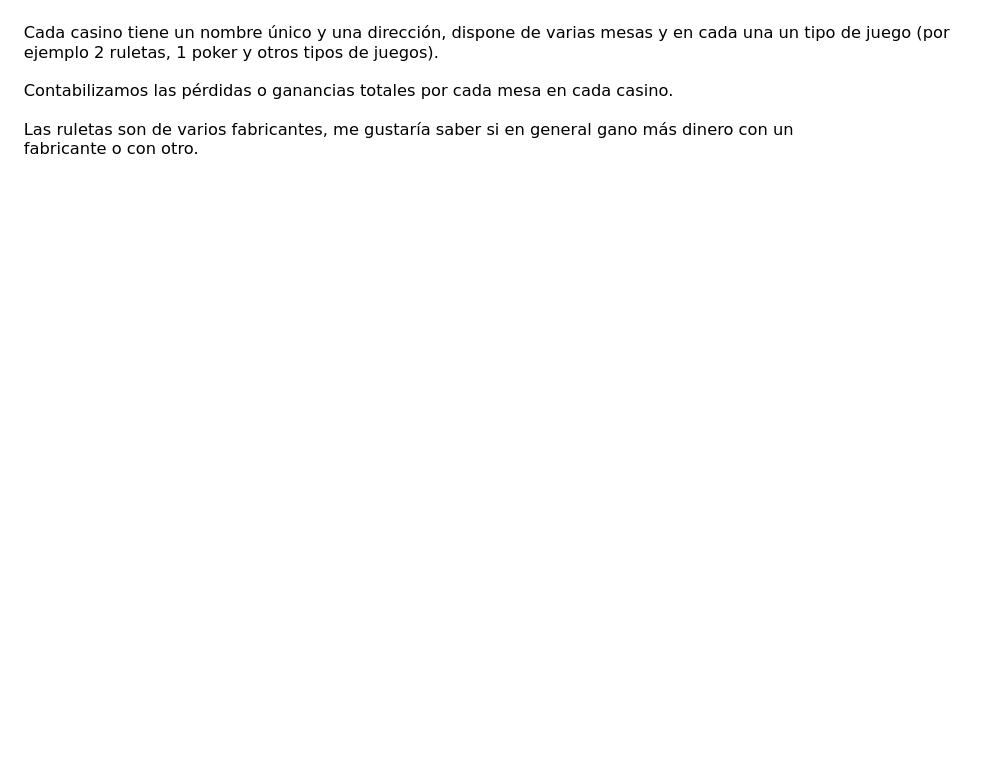
Above: drawio/Casino-ExamenDAW.drawio in DiEgOfercri/Modelos-BBDD (draw.io), before the change. Source tidied: cells renumbered, new cells numbered last; positions are measured from the earlier drawing's top-left corner, leaving out a move shared by most shapes. Both pictures are drawn from the tidied source at 125%, with x=0, y=0 at pixel (21, 21).
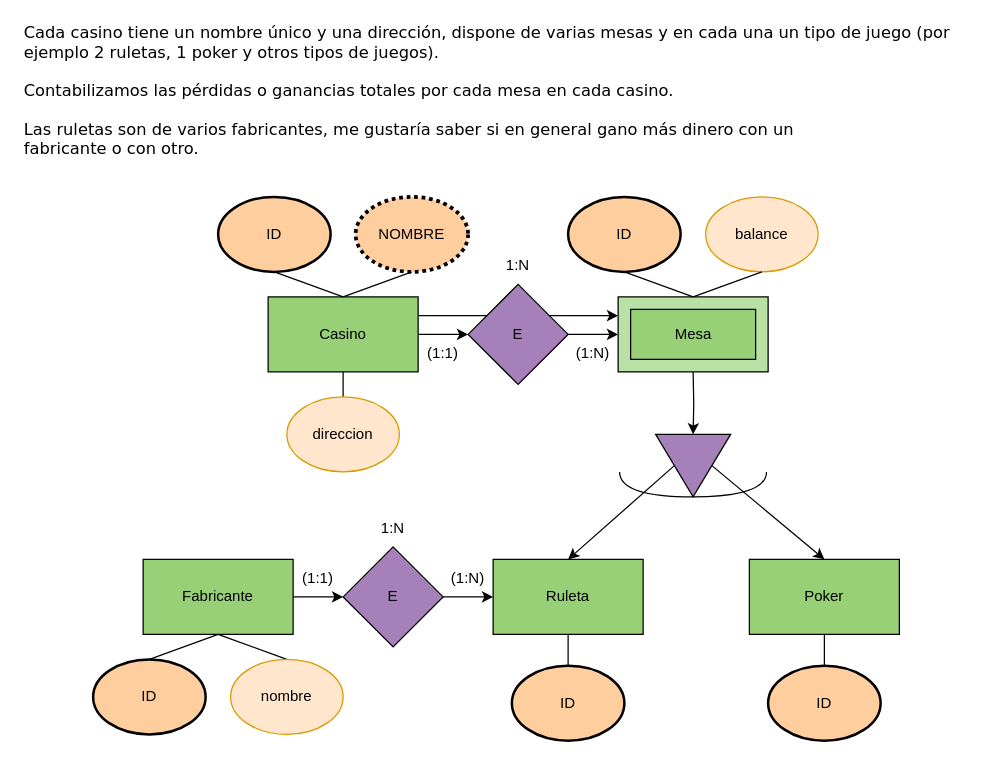
The same diagram, later.

Diff of the diagram source:
```diff
@@
+    <mxCell id="3" style="edgeStyle=orthogonalEdgeStyle;rounded=0;jettySize=auto;html=1;exitX=1;exitY=0.25;exitDx=0;exitDy=0;entryX=0;entryY=0;entryDx=0;entryDy=15;entryPerimeter=0;" parent="1" edge="1" source="5" target="23">
+      <mxGeometry relative="1" as="geometry" />
+    </mxCell>
@@
+    <mxCell id="4" style="edgeStyle=orthogonalEdgeStyle;rounded=0;jettySize=auto;html=1;exitX=1;exitY=0.5;exitDx=0;exitDy=0;entryX=0;entryY=0.5;entryDx=0;entryDy=0;" parent="1" edge="1" source="5" target="20">
+      <mxGeometry relative="1" as="geometry" />
+    </mxCell>
+    <mxCell id="5" value="Casino" style="rounded=0;whiteSpace=wrap;html=1;fillColor=#97D077;" parent="1" vertex="1">
+      <mxGeometry x="197" y="220" width="120" height="60" as="geometry" />
+    </mxCell>
+    <mxCell id="6" style="edgeStyle=orthogonalEdgeStyle;rounded=0;jettySize=auto;html=1;exitX=0.5;exitY=1;exitDx=0;exitDy=0;entryX=0;entryY=0.5;entryDx=0;entryDy=0;" parent="1" edge="1" target="18">
+      <mxGeometry relative="1" as="geometry">
+        <mxPoint x="537" y="280" as="sourcePoint" />
+      </mxGeometry>
+    </mxCell>
+    <mxCell id="7" style="rounded=0;jettySize=auto;html=1;exitX=0.5;exitY=1;exitDx=0;exitDy=0;entryX=0.5;entryY=0;entryDx=0;entryDy=0;endArrow=none;endFill=0;" parent="1" edge="1" source="8" target="5">
+      <mxGeometry relative="1" as="geometry" />
+    </mxCell>
+    <mxCell id="8" value="ID" style="ellipse;whiteSpace=wrap;html=1;strokeWidth=2;fillColor=#FFCE9F;" parent="1" vertex="1">
+      <mxGeometry x="157" y="140" width="90" height="60" as="geometry" />
+    </mxCell>
+    <mxCell id="9" style="rounded=0;jettySize=auto;html=1;exitX=0.5;exitY=1;exitDx=0;exitDy=0;entryX=0.5;entryY=0;entryDx=0;entryDy=0;endArrow=none;endFill=0;" parent="1" edge="1" source="10" target="5">
+      <mxGeometry relative="1" as="geometry" />
+    </mxCell>
+    <mxCell id="10" value="NOMBRE" style="ellipse;whiteSpace=wrap;html=1;strokeWidth=3;fillColor=#FFCE9F;dashed=1;dashPattern=1 1;" parent="1" vertex="1">
+      <mxGeometry x="267" y="140" width="90" height="60" as="geometry" />
+    </mxCell>
+    <mxCell id="11" value="balance" style="ellipse;whiteSpace=wrap;html=1;strokeWidth=1;fillColor=#ffe6cc;strokeColor=#d79b00;" parent="1" vertex="1">
+      <mxGeometry x="547" y="140" width="90" height="60" as="geometry" />
+    </mxCell>
+    <mxCell id="12" value="Ruleta" style="rounded=0;whiteSpace=wrap;html=1;fillColor=#97D077;" parent="1" vertex="1">
+      <mxGeometry x="377" y="430" width="120" height="60" as="geometry" />
+    </mxCell>
+    <mxCell id="13" style="edgeStyle=orthogonalEdgeStyle;rounded=0;jettySize=auto;html=1;exitX=0.5;exitY=0;exitDx=0;exitDy=0;entryX=0.5;entryY=1;entryDx=0;entryDy=0;endArrow=none;endFill=0;" parent="1" edge="1" source="14" target="5">
+      <mxGeometry relative="1" as="geometry" />
+    </mxCell>
+    <mxCell id="14" value="direccion" style="ellipse;whiteSpace=wrap;html=1;strokeWidth=1;fillColor=#ffe6cc;strokeColor=#d79b00;" parent="1" vertex="1">
+      <mxGeometry x="212" y="300" width="90" height="60" as="geometry" />
+    </mxCell>
+    <mxCell id="15" value="Poker" style="rounded=0;whiteSpace=wrap;html=1;fillColor=#97D077;" parent="1" vertex="1">
+      <mxGeometry x="582" y="430" width="120" height="60" as="geometry" />
+    </mxCell>
+    <mxCell id="16" style="rounded=0;jettySize=auto;html=1;exitX=0.5;exitY=0;exitDx=0;exitDy=0;entryX=0.5;entryY=0;entryDx=0;entryDy=0;endArrow=classic;endFill=1;" parent="1" edge="1" source="18" target="15">
+      <mxGeometry relative="1" as="geometry" />
+    </mxCell>
+    <mxCell id="17" style="rounded=0;jettySize=auto;html=1;exitX=0.5;exitY=1;exitDx=0;exitDy=0;entryX=0.5;entryY=0;entryDx=0;entryDy=0;endArrow=classic;endFill=1;" parent="1" edge="1" source="18" target="12">
+      <mxGeometry relative="1" as="geometry" />
+    </mxCell>
+    <mxCell id="18" style="triangle;whiteSpace=wrap;html=1;direction=south;fillColor=#A680B8;" parent="1" vertex="1">
+      <mxGeometry x="507" y="330" width="60" height="50" as="geometry" />
+    </mxCell>
+    <mxCell id="19" style="shape=requiredInterface;html=1;verticalLabelPosition=bottom;sketch=0;direction=south;" parent="1" vertex="1">
+      <mxGeometry x="478.2" y="360" width="117.5" height="20" as="geometry" />
+    </mxCell>
+    <mxCell id="20" value="E" style="rhombus;whiteSpace=wrap;html=1;fillColor=#A680B8;" parent="1" vertex="1">
+      <mxGeometry x="357" y="210" width="80" height="80" as="geometry" />
+    </mxCell>
+    <mxCell id="21" style="edgeStyle=orthogonalEdgeStyle;rounded=0;jettySize=auto;html=1;exitX=1;exitY=0.5;exitDx=0;exitDy=0;entryX=0;entryY=0.5;entryDx=0;entryDy=0;entryPerimeter=0;" parent="1" edge="1" source="20" target="23">
+      <mxGeometry relative="1" as="geometry" />
+    </mxCell>
+    <mxCell id="22" style="group;fillColor=#97D077;" parent="1" vertex="1">
+      <mxGeometry x="477" y="220" width="120" height="60" as="geometry" />
+    </mxCell>
+    <mxCell id="23" style="verticalLabelPosition=bottom;verticalAlign=top;html=1;shape=mxgraph.basic.frame;dx=10;whiteSpace=wrap;fillColor=#B9E0A5;" parent="22" vertex="1">
+      <mxGeometry width="120" height="60" as="geometry" />
+    </mxCell>
+    <mxCell id="24" value="Mesa" style="text;html=1;align=center;verticalAlign=middle;strokeColor=none;fillColor=none;" parent="22" vertex="1">
+      <mxGeometry x="35" y="15" width="50" height="30" as="geometry" />
+    </mxCell>
+    <mxCell id="25" style="edgeStyle=orthogonalEdgeStyle;rounded=0;jettySize=auto;html=1;exitX=1;exitY=0.5;exitDx=0;exitDy=0;entryX=0;entryY=0.5;entryDx=0;entryDy=0;" parent="1" edge="1" source="26" target="12">
+      <mxGeometry relative="1" as="geometry" />
+    </mxCell>
+    <mxCell id="26" value="E" style="rhombus;whiteSpace=wrap;html=1;fillColor=#A680B8;" parent="1" vertex="1">
+      <mxGeometry x="257" y="420" width="80" height="80" as="geometry" />
+    </mxCell>
+    <mxCell id="27" style="edgeStyle=orthogonalEdgeStyle;rounded=0;jettySize=auto;html=1;exitX=1;exitY=0.5;exitDx=0;exitDy=0;entryX=0;entryY=0.5;entryDx=0;entryDy=0;" parent="1" edge="1" source="28" target="26">
+      <mxGeometry relative="1" as="geometry" />
+    </mxCell>
+    <mxCell id="28" value="Fabricante" style="rounded=0;whiteSpace=wrap;html=1;fillColor=#97D077;" parent="1" vertex="1">
+      <mxGeometry x="97" y="430" width="120" height="60" as="geometry" />
+    </mxCell>
+    <mxCell id="29" value="ID" style="ellipse;whiteSpace=wrap;html=1;strokeWidth=2;fillColor=#FFCE9F;" parent="1" vertex="1">
+      <mxGeometry x="437" y="140" width="90" height="60" as="geometry" />
+    </mxCell>
+    <mxCell id="30" style="edgeStyle=orthogonalEdgeStyle;rounded=0;jettySize=auto;html=1;exitX=0.5;exitY=0;exitDx=0;exitDy=0;entryX=0.5;entryY=1;entryDx=0;entryDy=0;endArrow=none;endFill=0;" parent="1" edge="1" source="31" target="12">
+      <mxGeometry relative="1" as="geometry" />
+    </mxCell>
+    <mxCell id="31" value="ID" style="ellipse;whiteSpace=wrap;html=1;strokeWidth=2;fillColor=#FFCE9F;" parent="1" vertex="1">
+      <mxGeometry x="392" y="515" width="90" height="60" as="geometry" />
+    </mxCell>
+    <mxCell id="32" style="edgeStyle=orthogonalEdgeStyle;rounded=0;jettySize=auto;html=1;exitX=0.5;exitY=0;exitDx=0;exitDy=0;entryX=0.5;entryY=1;entryDx=0;entryDy=0;endArrow=none;endFill=0;" parent="1" edge="1" source="33" target="15">
+      <mxGeometry relative="1" as="geometry" />
+    </mxCell>
+    <mxCell id="33" value="ID" style="ellipse;whiteSpace=wrap;html=1;strokeWidth=2;fillColor=#FFCE9F;" parent="1" vertex="1">
+      <mxGeometry x="597" y="515" width="90" height="60" as="geometry" />
+    </mxCell>
+    <mxCell id="34" style="rounded=0;jettySize=auto;html=1;exitX=0.5;exitY=0;exitDx=0;exitDy=0;entryX=0.5;entryY=1;entryDx=0;entryDy=0;endArrow=none;endFill=0;" parent="1" edge="1" source="35" target="28">
+      <mxGeometry relative="1" as="geometry" />
+    </mxCell>
+    <mxCell id="35" value="nombre" style="ellipse;whiteSpace=wrap;html=1;strokeWidth=1;fillColor=#ffe6cc;strokeColor=#d79b00;" parent="1" vertex="1">
+      <mxGeometry x="167" y="510" width="90" height="60" as="geometry" />
+    </mxCell>
+    <mxCell id="36" style="rounded=0;jettySize=auto;html=1;exitX=0.5;exitY=0;exitDx=0;exitDy=0;entryX=0.5;entryY=1;entryDx=0;entryDy=0;endArrow=none;endFill=0;" parent="1" edge="1" source="37" target="28">
+      <mxGeometry relative="1" as="geometry" />
+    </mxCell>
+    <mxCell id="37" value="ID" style="ellipse;whiteSpace=wrap;html=1;strokeWidth=2;fillColor=#FFCE9F;" parent="1" vertex="1">
+      <mxGeometry x="57" y="510" width="90" height="60" as="geometry" />
+    </mxCell>
+    <mxCell id="38" style="rounded=0;jettySize=auto;html=1;exitX=0.5;exitY=0;exitDx=0;exitDy=0;exitPerimeter=0;entryX=0.5;entryY=1;entryDx=0;entryDy=0;endArrow=none;endFill=0;" parent="1" edge="1" source="23" target="11">
+      <mxGeometry relative="1" as="geometry" />
+    </mxCell>
+    <mxCell id="39" style="rounded=0;jettySize=auto;html=1;exitX=0.5;exitY=1;exitDx=0;exitDy=0;entryX=0.5;entryY=0;entryDx=0;entryDy=0;entryPerimeter=0;endArrow=none;endFill=0;" parent="1" edge="1" source="29" target="23">
+      <mxGeometry relative="1" as="geometry" />
+    </mxCell>
+    <mxCell id="40" value="(1:N)" style="text;html=1;strokeColor=none;fillColor=none;align=center;verticalAlign=middle;whiteSpace=wrap;rounded=0;" parent="1" vertex="1">
+      <mxGeometry x="327" y="430" width="60" height="30" as="geometry" />
+    </mxCell>
+    <mxCell id="41" value="(1:1)" style="text;html=1;strokeColor=none;fillColor=none;align=center;verticalAlign=middle;whiteSpace=wrap;rounded=0;" parent="1" vertex="1">
+      <mxGeometry x="207" y="430" width="60" height="30" as="geometry" />
+    </mxCell>
+    <mxCell id="42" value="1:N" style="text;html=1;strokeColor=none;fillColor=none;align=center;verticalAlign=middle;whiteSpace=wrap;rounded=0;" parent="1" vertex="1">
+      <mxGeometry x="267" y="390" width="60" height="30" as="geometry" />
+    </mxCell>
+    <mxCell id="43" value="(1:1)" style="text;html=1;strokeColor=none;fillColor=none;align=center;verticalAlign=middle;whiteSpace=wrap;rounded=0;" parent="1" vertex="1">
+      <mxGeometry x="307" y="250" width="60" height="30" as="geometry" />
+    </mxCell>
+    <mxCell id="44" value="(1:N)" style="text;html=1;strokeColor=none;fillColor=none;align=center;verticalAlign=middle;whiteSpace=wrap;rounded=0;" parent="1" vertex="1">
+      <mxGeometry x="427" y="250" width="60" height="30" as="geometry" />
+    </mxCell>
+    <mxCell id="45" value="1:N" style="text;html=1;strokeColor=none;fillColor=none;align=center;verticalAlign=middle;whiteSpace=wrap;rounded=0;" parent="1" vertex="1">
+      <mxGeometry x="367" y="180" width="60" height="30" as="geometry" />
+    </mxCell>
```
